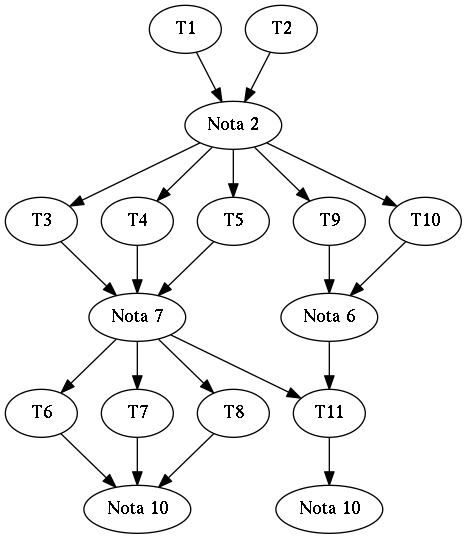
The Graphviz diagram grafo_notas/grafo.png in wuerges/aula-sistemas-digitais, before a commit. Its source is kept beside it as grafo_notas/grafo.dot.
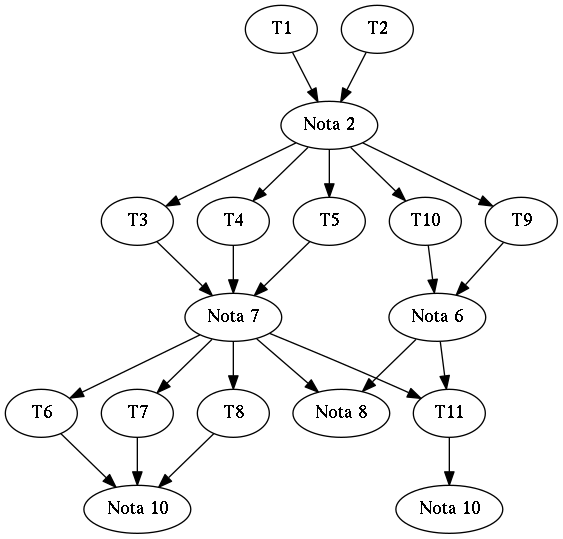
Later version of the same file.

Commit message:
ultima modificacao

Change to the diagram source:
```diff
@@ -29,6 +29,9 @@
   N4 -> T11;
   T11 -> N5;
 
+  N2 -> N6;
+  N4 -> N6;
+
   N1 [label="Nota 2"];
 
   N2 [label="Nota 7"];
@@ -37,6 +40,8 @@
 
   N4 [label="Nota 6"];
 
+  N6 [label="Nota 8"];
+
   N5 [label="Nota 10"];
 
 }
```
